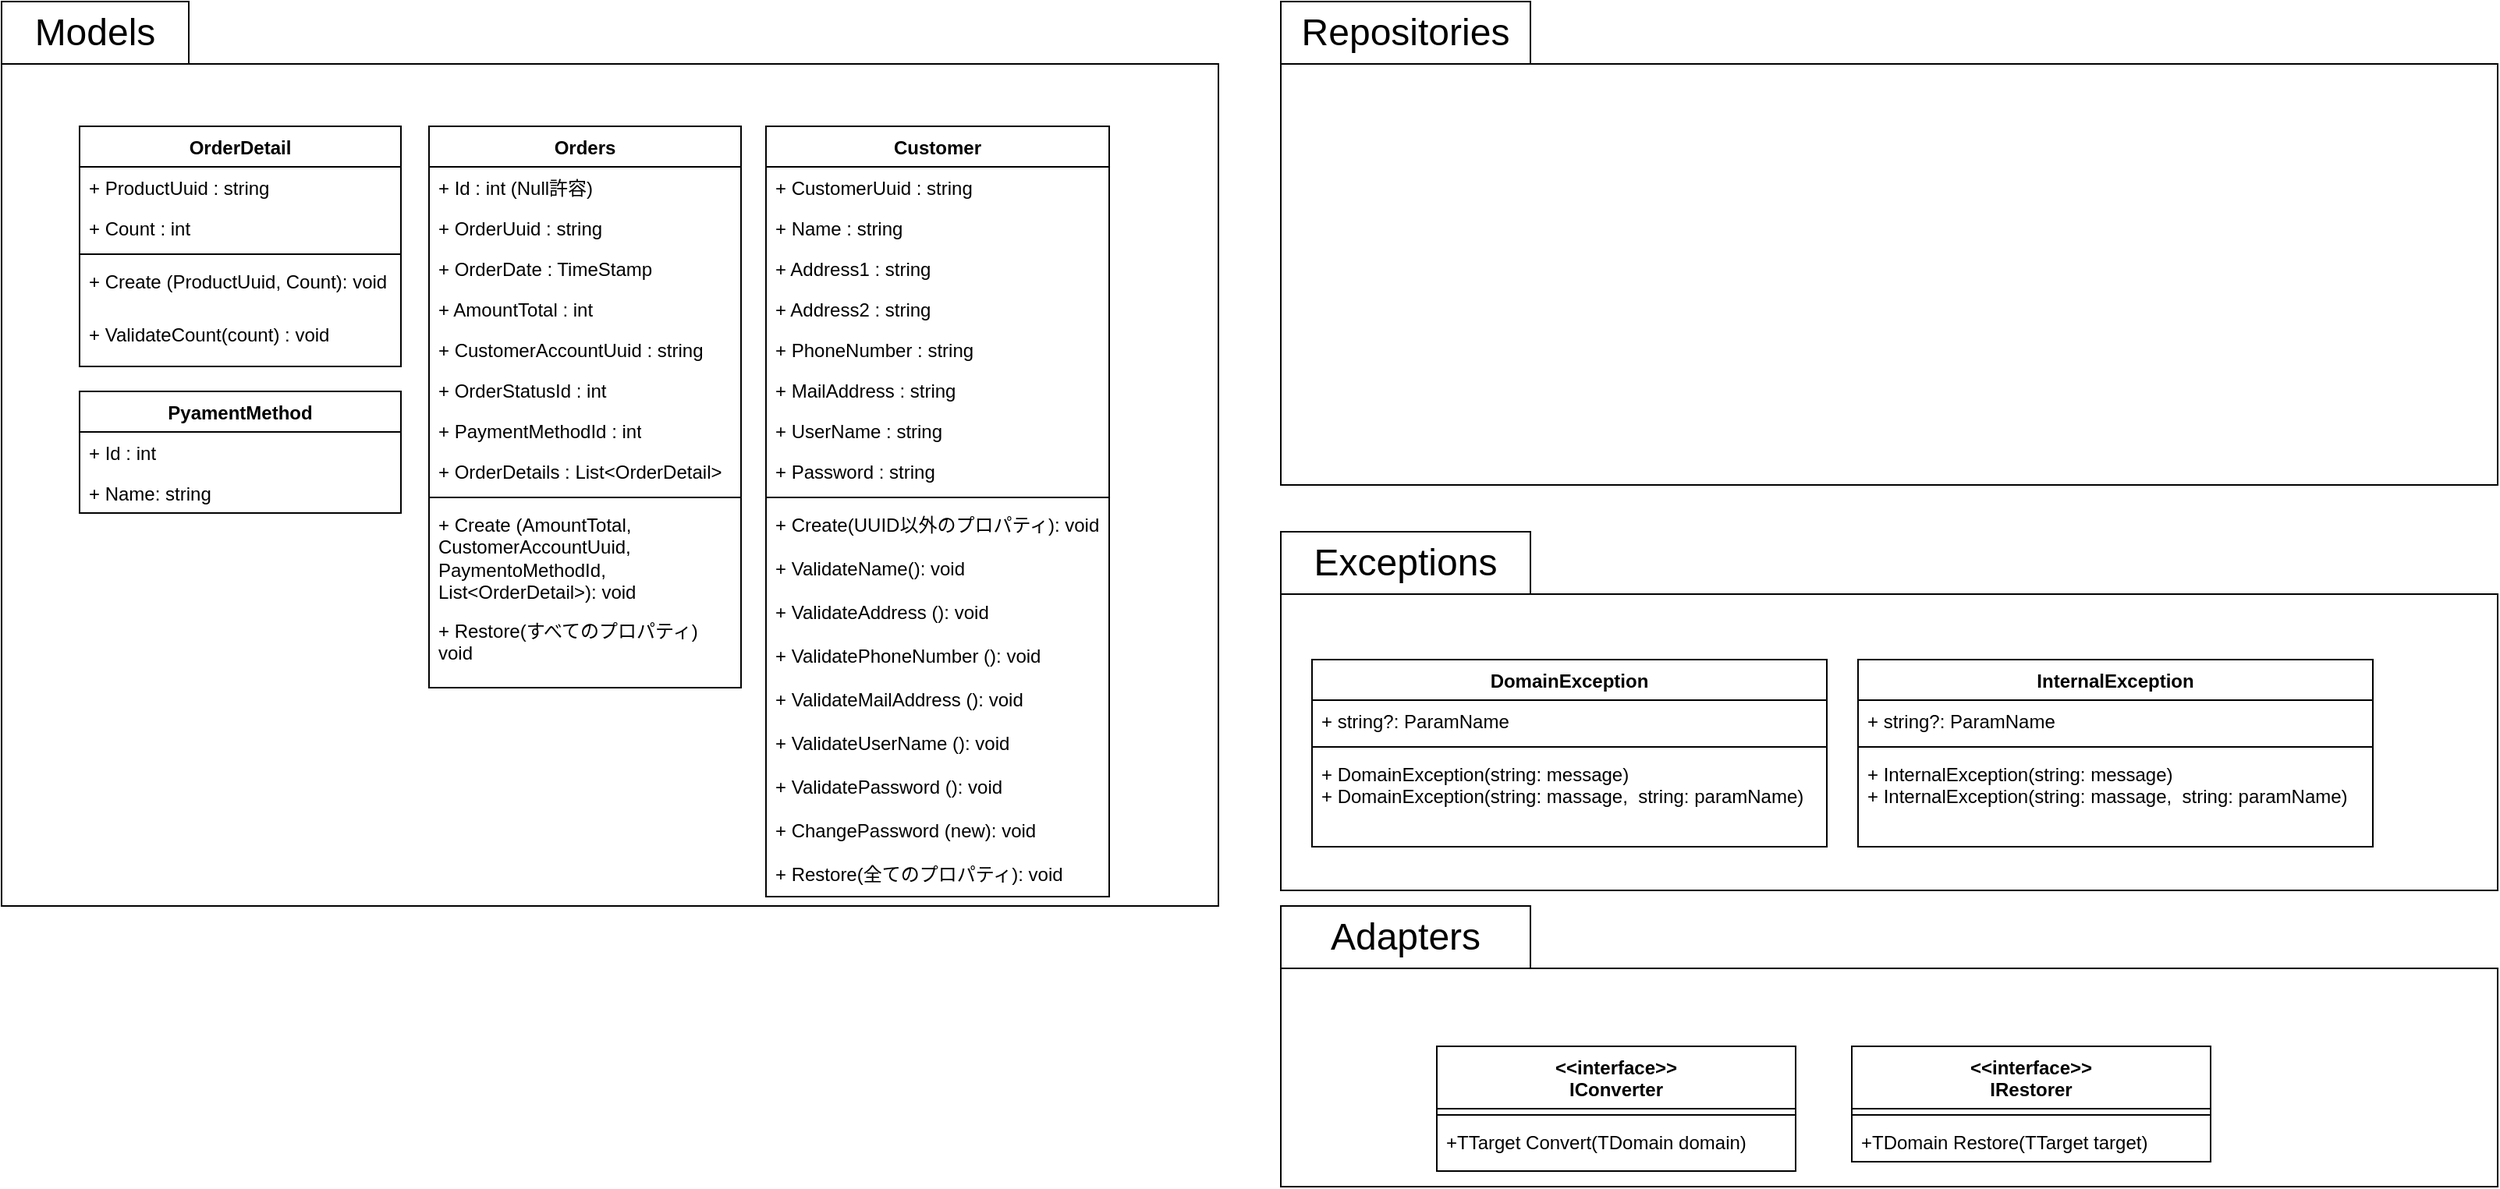
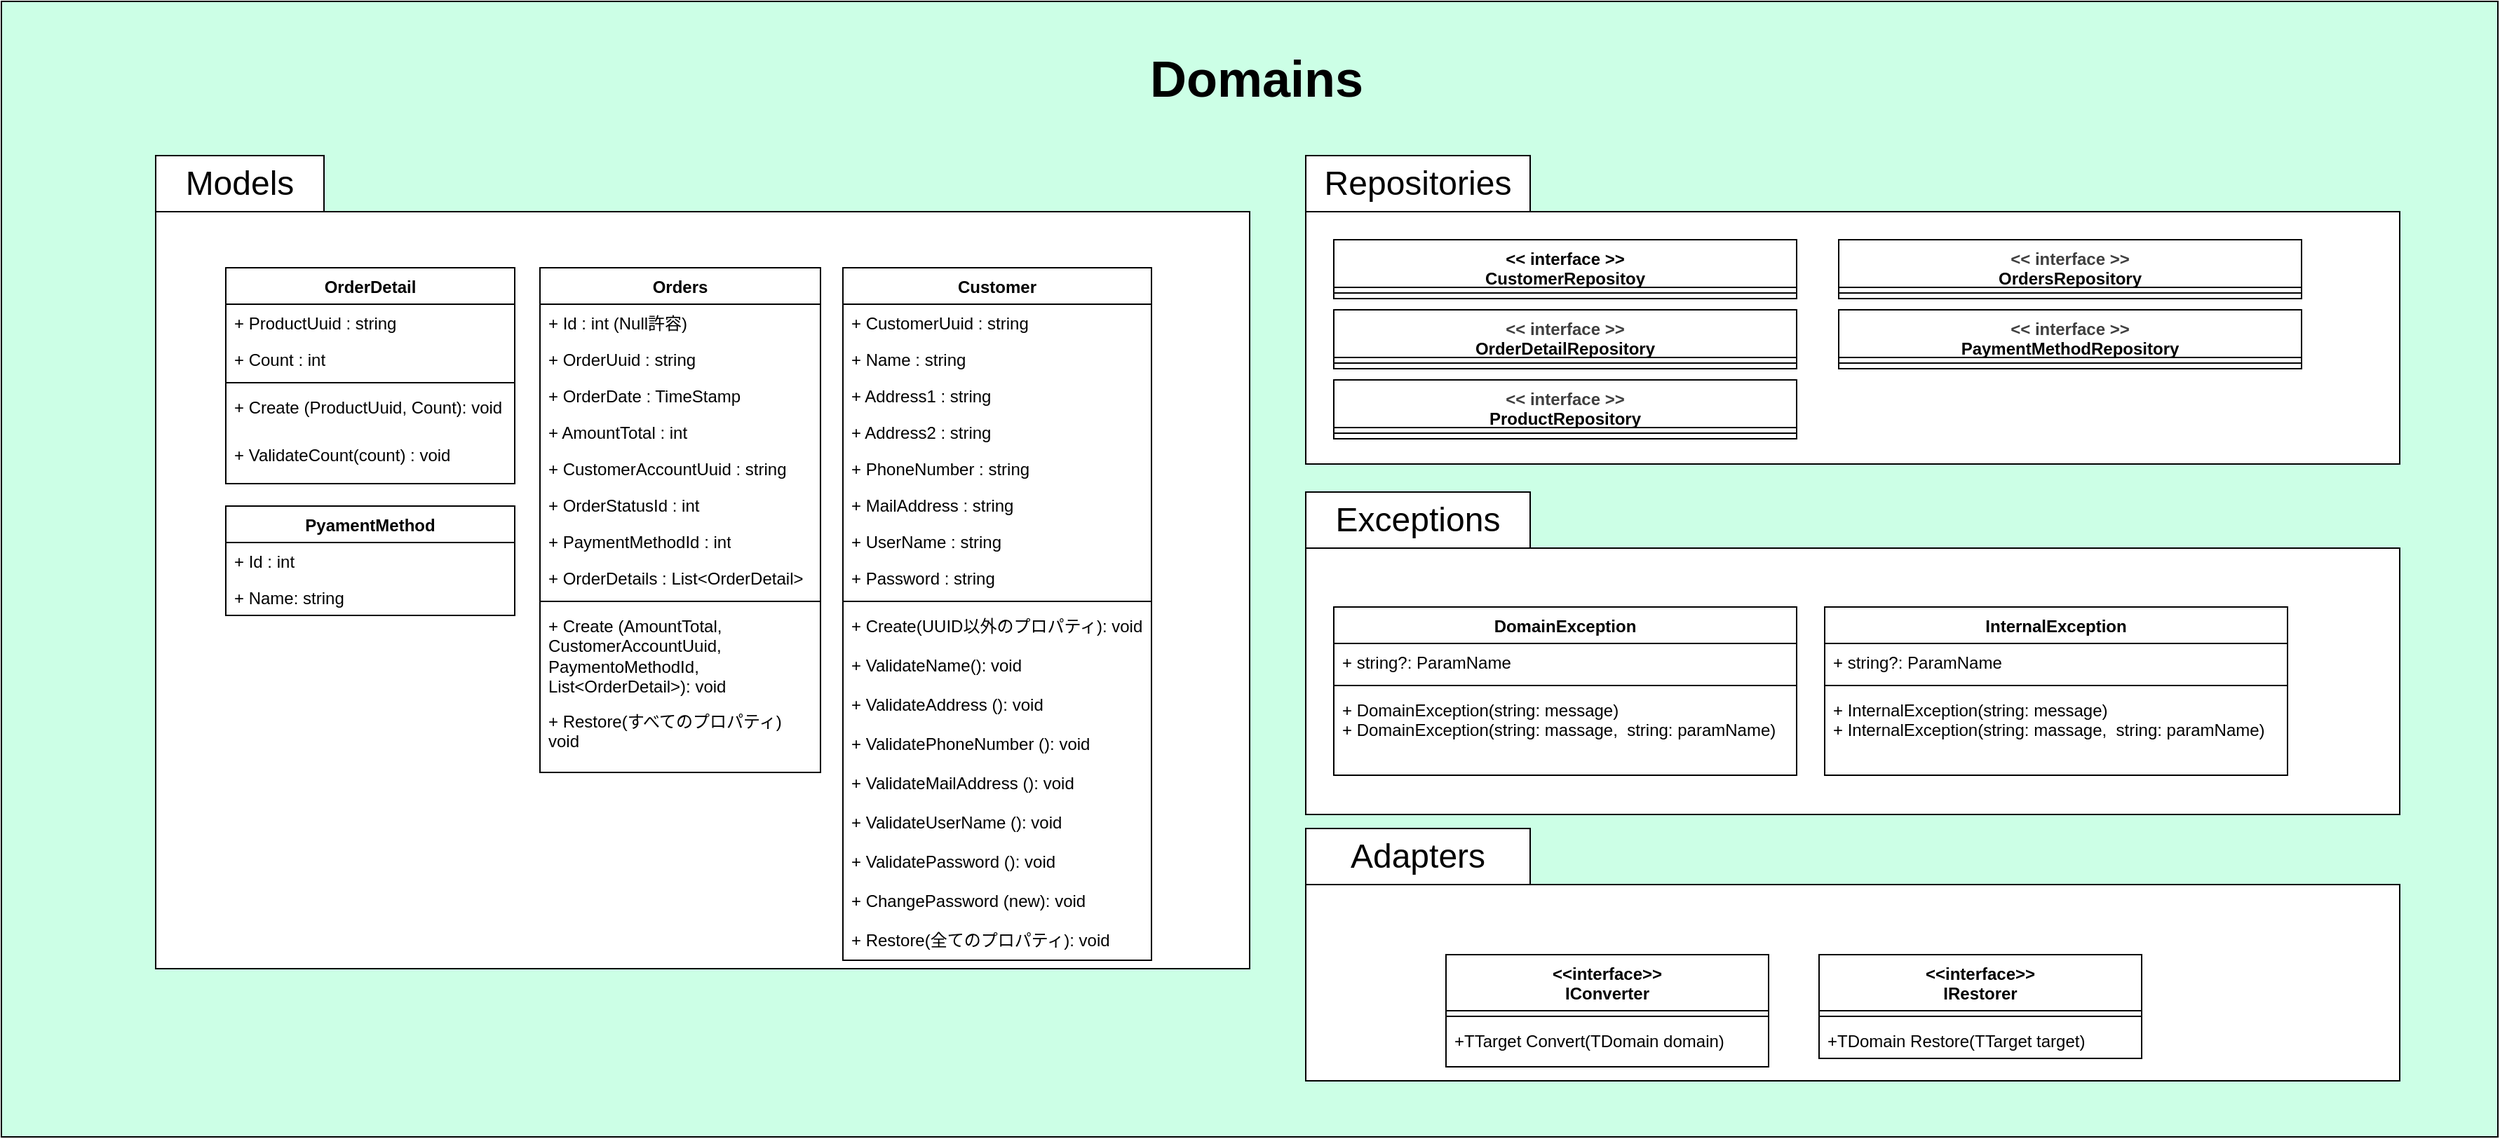
<mxfile host="65bd71144e">
    <diagram id="SwhVxfcrNr2Z_zkzJAcp" name="ページ1">
-         <mxGraphModel dx="1847" dy="405" grid="1" gridSize="10" guides="1" tooltips="1" connect="1" arrows="1" fold="1" page="1" pageScale="1" pageWidth="827" pageHeight="1169" math="0" shadow="0">
+         <mxGraphModel dx="2102" dy="506" grid="1" gridSize="10" guides="1" tooltips="1" connect="1" arrows="1" fold="1" page="1" pageScale="1" pageWidth="827" pageHeight="1169" math="0" shadow="0">
            <root>
                <mxCell id="0"/>
                <mxCell id="1" parent="0"/>
-                 <mxCell id="68" value="" style="rounded=0;whiteSpace=wrap;html=1;" vertex="1" parent="1">
+                 <mxCell id="124" value="" style="rounded=0;whiteSpace=wrap;html=1;fillColor=#CCFFE6;" parent="1" vertex="1">
+                     <mxGeometry x="-140" y="540" width="1780" height="810" as="geometry"/>
+                 </mxCell>
+                 <mxCell id="68" value="" style="rounded=0;whiteSpace=wrap;html=1;" parent="1" vertex="1">
                    <mxGeometry x="-30" y="690" width="780" height="540" as="geometry"/>
                </mxCell>
-                 <mxCell id="2" value="Customer" style="swimlane;fontStyle=1;align=center;verticalAlign=top;childLayout=stackLayout;horizontal=1;startSize=26;horizontalStack=0;resizeParent=1;resizeParentMax=0;resizeLast=0;collapsible=1;marginBottom=0;whiteSpace=wrap;html=1;" vertex="1" parent="1">
+                 <mxCell id="2" value="Customer" style="swimlane;fontStyle=1;align=center;verticalAlign=top;childLayout=stackLayout;horizontal=1;startSize=26;horizontalStack=0;resizeParent=1;resizeParentMax=0;resizeLast=0;collapsible=1;marginBottom=0;whiteSpace=wrap;html=1;" parent="1" vertex="1">
                    <mxGeometry x="460" y="730" width="220" height="494" as="geometry"/>
                </mxCell>
-                 <mxCell id="3" value="+ CustomerUuid : string" style="text;strokeColor=none;fillColor=none;align=left;verticalAlign=top;spacingLeft=4;spacingRight=4;overflow=hidden;rotatable=0;points=[[0,0.5],[1,0.5]];portConstraint=eastwest;whiteSpace=wrap;html=1;" vertex="1" parent="2">
+                 <mxCell id="3" value="+ CustomerUuid : string" style="text;strokeColor=none;fillColor=none;align=left;verticalAlign=top;spacingLeft=4;spacingRight=4;overflow=hidden;rotatable=0;points=[[0,0.5],[1,0.5]];portConstraint=eastwest;whiteSpace=wrap;html=1;" parent="2" vertex="1">
                    <mxGeometry y="26" width="220" height="26" as="geometry"/>
                </mxCell>
-                 <mxCell id="6" value="+ Name : string" style="text;strokeColor=none;fillColor=none;align=left;verticalAlign=top;spacingLeft=4;spacingRight=4;overflow=hidden;rotatable=0;points=[[0,0.5],[1,0.5]];portConstraint=eastwest;whiteSpace=wrap;html=1;" vertex="1" parent="2">
+                 <mxCell id="6" value="+ Name : string" style="text;strokeColor=none;fillColor=none;align=left;verticalAlign=top;spacingLeft=4;spacingRight=4;overflow=hidden;rotatable=0;points=[[0,0.5],[1,0.5]];portConstraint=eastwest;whiteSpace=wrap;html=1;" parent="2" vertex="1">
                    <mxGeometry y="52" width="220" height="26" as="geometry"/>
                </mxCell>
-                 <mxCell id="7" value="+ Address1 : string" style="text;strokeColor=none;fillColor=none;align=left;verticalAlign=top;spacingLeft=4;spacingRight=4;overflow=hidden;rotatable=0;points=[[0,0.5],[1,0.5]];portConstraint=eastwest;whiteSpace=wrap;html=1;" vertex="1" parent="2">
+                 <mxCell id="7" value="+ Address1 : string" style="text;strokeColor=none;fillColor=none;align=left;verticalAlign=top;spacingLeft=4;spacingRight=4;overflow=hidden;rotatable=0;points=[[0,0.5],[1,0.5]];portConstraint=eastwest;whiteSpace=wrap;html=1;" parent="2" vertex="1">
                    <mxGeometry y="78" width="220" height="26" as="geometry"/>
                </mxCell>
-                 <mxCell id="8" value="+ Address2 : string" style="text;strokeColor=none;fillColor=none;align=left;verticalAlign=top;spacingLeft=4;spacingRight=4;overflow=hidden;rotatable=0;points=[[0,0.5],[1,0.5]];portConstraint=eastwest;whiteSpace=wrap;html=1;" vertex="1" parent="2">
+                 <mxCell id="8" value="+ Address2 : string" style="text;strokeColor=none;fillColor=none;align=left;verticalAlign=top;spacingLeft=4;spacingRight=4;overflow=hidden;rotatable=0;points=[[0,0.5],[1,0.5]];portConstraint=eastwest;whiteSpace=wrap;html=1;" parent="2" vertex="1">
                    <mxGeometry y="104" width="220" height="26" as="geometry"/>
                </mxCell>
-                 <mxCell id="9" value="+ PhoneNumber : string" style="text;strokeColor=none;fillColor=none;align=left;verticalAlign=top;spacingLeft=4;spacingRight=4;overflow=hidden;rotatable=0;points=[[0,0.5],[1,0.5]];portConstraint=eastwest;whiteSpace=wrap;html=1;" vertex="1" parent="2">
+                 <mxCell id="9" value="+ PhoneNumber : string" style="text;strokeColor=none;fillColor=none;align=left;verticalAlign=top;spacingLeft=4;spacingRight=4;overflow=hidden;rotatable=0;points=[[0,0.5],[1,0.5]];portConstraint=eastwest;whiteSpace=wrap;html=1;" parent="2" vertex="1">
                    <mxGeometry y="130" width="220" height="26" as="geometry"/>
                </mxCell>
-                 <mxCell id="10" value="+ MailAddress : string" style="text;strokeColor=none;fillColor=none;align=left;verticalAlign=top;spacingLeft=4;spacingRight=4;overflow=hidden;rotatable=0;points=[[0,0.5],[1,0.5]];portConstraint=eastwest;whiteSpace=wrap;html=1;" vertex="1" parent="2">
+                 <mxCell id="10" value="+ MailAddress : string" style="text;strokeColor=none;fillColor=none;align=left;verticalAlign=top;spacingLeft=4;spacingRight=4;overflow=hidden;rotatable=0;points=[[0,0.5],[1,0.5]];portConstraint=eastwest;whiteSpace=wrap;html=1;" parent="2" vertex="1">
                    <mxGeometry y="156" width="220" height="26" as="geometry"/>
                </mxCell>
-                 <mxCell id="11" value="+ UserName : string" style="text;strokeColor=none;fillColor=none;align=left;verticalAlign=top;spacingLeft=4;spacingRight=4;overflow=hidden;rotatable=0;points=[[0,0.5],[1,0.5]];portConstraint=eastwest;whiteSpace=wrap;html=1;" vertex="1" parent="2">
+                 <mxCell id="11" value="+ UserName : string" style="text;strokeColor=none;fillColor=none;align=left;verticalAlign=top;spacingLeft=4;spacingRight=4;overflow=hidden;rotatable=0;points=[[0,0.5],[1,0.5]];portConstraint=eastwest;whiteSpace=wrap;html=1;" parent="2" vertex="1">
                    <mxGeometry y="182" width="220" height="26" as="geometry"/>
                </mxCell>
-                 <mxCell id="12" value="+ Password : string" style="text;strokeColor=none;fillColor=none;align=left;verticalAlign=top;spacingLeft=4;spacingRight=4;overflow=hidden;rotatable=0;points=[[0,0.5],[1,0.5]];portConstraint=eastwest;whiteSpace=wrap;html=1;" vertex="1" parent="2">
+                 <mxCell id="12" value="+ Password : string" style="text;strokeColor=none;fillColor=none;align=left;verticalAlign=top;spacingLeft=4;spacingRight=4;overflow=hidden;rotatable=0;points=[[0,0.5],[1,0.5]];portConstraint=eastwest;whiteSpace=wrap;html=1;" parent="2" vertex="1">
                    <mxGeometry y="208" width="220" height="26" as="geometry"/>
                </mxCell>
-                 <mxCell id="4" value="" style="line;strokeWidth=1;fillColor=none;align=left;verticalAlign=middle;spacingTop=-1;spacingLeft=3;spacingRight=3;rotatable=0;labelPosition=right;points=[];portConstraint=eastwest;strokeColor=inherit;" vertex="1" parent="2">
+                 <mxCell id="4" value="" style="line;strokeWidth=1;fillColor=none;align=left;verticalAlign=middle;spacingTop=-1;spacingLeft=3;spacingRight=3;rotatable=0;labelPosition=right;points=[];portConstraint=eastwest;strokeColor=inherit;" parent="2" vertex="1">
                    <mxGeometry y="234" width="220" height="8" as="geometry"/>
                </mxCell>
-                 <mxCell id="5" value="+ Create(UUID以外のプロパティ): void" style="text;strokeColor=none;fillColor=none;align=left;verticalAlign=top;spacingLeft=4;spacingRight=4;overflow=hidden;rotatable=0;points=[[0,0.5],[1,0.5]];portConstraint=eastwest;whiteSpace=wrap;html=1;" vertex="1" parent="2">
+                 <mxCell id="5" value="+ Create(UUID以外のプロパティ): void" style="text;strokeColor=none;fillColor=none;align=left;verticalAlign=top;spacingLeft=4;spacingRight=4;overflow=hidden;rotatable=0;points=[[0,0.5],[1,0.5]];portConstraint=eastwest;whiteSpace=wrap;html=1;" parent="2" vertex="1">
                    <mxGeometry y="242" width="220" height="28" as="geometry"/>
                </mxCell>
-                 <mxCell id="14" value="+ ValidateName(): void" style="text;strokeColor=none;fillColor=none;align=left;verticalAlign=top;spacingLeft=4;spacingRight=4;overflow=hidden;rotatable=0;points=[[0,0.5],[1,0.5]];portConstraint=eastwest;whiteSpace=wrap;html=1;" vertex="1" parent="2">
+                 <mxCell id="14" value="+ ValidateName(): void" style="text;strokeColor=none;fillColor=none;align=left;verticalAlign=top;spacingLeft=4;spacingRight=4;overflow=hidden;rotatable=0;points=[[0,0.5],[1,0.5]];portConstraint=eastwest;whiteSpace=wrap;html=1;" parent="2" vertex="1">
                    <mxGeometry y="270" width="220" height="28" as="geometry"/>
                </mxCell>
-                 <mxCell id="16" value="+ Validate&lt;span style=&quot;color: rgb(0, 0, 0);&quot;&gt;Address&amp;nbsp;&lt;/span&gt;(): void" style="text;strokeColor=none;fillColor=none;align=left;verticalAlign=top;spacingLeft=4;spacingRight=4;overflow=hidden;rotatable=0;points=[[0,0.5],[1,0.5]];portConstraint=eastwest;whiteSpace=wrap;html=1;" vertex="1" parent="2">
+                 <mxCell id="16" value="+ Validate&lt;span style=&quot;color: rgb(0, 0, 0);&quot;&gt;Address&amp;nbsp;&lt;/span&gt;(): void" style="text;strokeColor=none;fillColor=none;align=left;verticalAlign=top;spacingLeft=4;spacingRight=4;overflow=hidden;rotatable=0;points=[[0,0.5],[1,0.5]];portConstraint=eastwest;whiteSpace=wrap;html=1;" parent="2" vertex="1">
                    <mxGeometry y="298" width="220" height="28" as="geometry"/>
                </mxCell>
-                 <mxCell id="17" value="+ Validate&lt;span style=&quot;color: rgb(0, 0, 0);&quot;&gt;PhoneNumber &lt;/span&gt;(): void" style="text;strokeColor=none;fillColor=none;align=left;verticalAlign=top;spacingLeft=4;spacingRight=4;overflow=hidden;rotatable=0;points=[[0,0.5],[1,0.5]];portConstraint=eastwest;whiteSpace=wrap;html=1;" vertex="1" parent="2">
+                 <mxCell id="17" value="+ Validate&lt;span style=&quot;color: rgb(0, 0, 0);&quot;&gt;PhoneNumber &lt;/span&gt;(): void" style="text;strokeColor=none;fillColor=none;align=left;verticalAlign=top;spacingLeft=4;spacingRight=4;overflow=hidden;rotatable=0;points=[[0,0.5],[1,0.5]];portConstraint=eastwest;whiteSpace=wrap;html=1;" parent="2" vertex="1">
                    <mxGeometry y="326" width="220" height="28" as="geometry"/>
                </mxCell>
-                 <mxCell id="18" value="+ Validate&lt;span style=&quot;color: rgb(0, 0, 0);&quot;&gt;MailAddress &lt;/span&gt;(): void" style="text;strokeColor=none;fillColor=none;align=left;verticalAlign=top;spacingLeft=4;spacingRight=4;overflow=hidden;rotatable=0;points=[[0,0.5],[1,0.5]];portConstraint=eastwest;whiteSpace=wrap;html=1;" vertex="1" parent="2">
+                 <mxCell id="18" value="+ Validate&lt;span style=&quot;color: rgb(0, 0, 0);&quot;&gt;MailAddress &lt;/span&gt;(): void" style="text;strokeColor=none;fillColor=none;align=left;verticalAlign=top;spacingLeft=4;spacingRight=4;overflow=hidden;rotatable=0;points=[[0,0.5],[1,0.5]];portConstraint=eastwest;whiteSpace=wrap;html=1;" parent="2" vertex="1">
                    <mxGeometry y="354" width="220" height="28" as="geometry"/>
                </mxCell>
-                 <mxCell id="19" value="+ Validate&lt;span style=&quot;color: rgb(0, 0, 0);&quot;&gt;UserName &lt;/span&gt;(): void" style="text;strokeColor=none;fillColor=none;align=left;verticalAlign=top;spacingLeft=4;spacingRight=4;overflow=hidden;rotatable=0;points=[[0,0.5],[1,0.5]];portConstraint=eastwest;whiteSpace=wrap;html=1;" vertex="1" parent="2">
+                 <mxCell id="19" value="+ Validate&lt;span style=&quot;color: rgb(0, 0, 0);&quot;&gt;UserName &lt;/span&gt;(): void" style="text;strokeColor=none;fillColor=none;align=left;verticalAlign=top;spacingLeft=4;spacingRight=4;overflow=hidden;rotatable=0;points=[[0,0.5],[1,0.5]];portConstraint=eastwest;whiteSpace=wrap;html=1;" parent="2" vertex="1">
                    <mxGeometry y="382" width="220" height="28" as="geometry"/>
                </mxCell>
-                 <mxCell id="20" value="+ Validate&lt;span style=&quot;color: rgb(0, 0, 0);&quot;&gt;Password &lt;/span&gt;(): void" style="text;strokeColor=none;fillColor=none;align=left;verticalAlign=top;spacingLeft=4;spacingRight=4;overflow=hidden;rotatable=0;points=[[0,0.5],[1,0.5]];portConstraint=eastwest;whiteSpace=wrap;html=1;" vertex="1" parent="2">
+                 <mxCell id="20" value="+ Validate&lt;span style=&quot;color: rgb(0, 0, 0);&quot;&gt;Password &lt;/span&gt;(): void" style="text;strokeColor=none;fillColor=none;align=left;verticalAlign=top;spacingLeft=4;spacingRight=4;overflow=hidden;rotatable=0;points=[[0,0.5],[1,0.5]];portConstraint=eastwest;whiteSpace=wrap;html=1;" parent="2" vertex="1">
                    <mxGeometry y="410" width="220" height="28" as="geometry"/>
                </mxCell>
-                 <mxCell id="102" value="+ Change&lt;span style=&quot;color: rgb(0, 0, 0);&quot;&gt;Password &lt;/span&gt;(new): void" style="text;strokeColor=none;fillColor=none;align=left;verticalAlign=top;spacingLeft=4;spacingRight=4;overflow=hidden;rotatable=0;points=[[0,0.5],[1,0.5]];portConstraint=eastwest;whiteSpace=wrap;html=1;" vertex="1" parent="2">
+                 <mxCell id="102" value="+ Change&lt;span style=&quot;color: rgb(0, 0, 0);&quot;&gt;Password &lt;/span&gt;(new): void" style="text;strokeColor=none;fillColor=none;align=left;verticalAlign=top;spacingLeft=4;spacingRight=4;overflow=hidden;rotatable=0;points=[[0,0.5],[1,0.5]];portConstraint=eastwest;whiteSpace=wrap;html=1;" parent="2" vertex="1">
                    <mxGeometry y="438" width="220" height="28" as="geometry"/>
                </mxCell>
-                 <mxCell id="15" value="+ Restore(全てのプロパティ): void" style="text;strokeColor=none;fillColor=none;align=left;verticalAlign=top;spacingLeft=4;spacingRight=4;overflow=hidden;rotatable=0;points=[[0,0.5],[1,0.5]];portConstraint=eastwest;whiteSpace=wrap;html=1;" vertex="1" parent="2">
+                 <mxCell id="15" value="+ Restore(全てのプロパティ): void" style="text;strokeColor=none;fillColor=none;align=left;verticalAlign=top;spacingLeft=4;spacingRight=4;overflow=hidden;rotatable=0;points=[[0,0.5],[1,0.5]];portConstraint=eastwest;whiteSpace=wrap;html=1;" parent="2" vertex="1">
                    <mxGeometry y="466" width="220" height="28" as="geometry"/>
                </mxCell>
-                 <mxCell id="25" value="Orders" style="swimlane;fontStyle=1;align=center;verticalAlign=top;childLayout=stackLayout;horizontal=1;startSize=26;horizontalStack=0;resizeParent=1;resizeParentMax=0;resizeLast=0;collapsible=1;marginBottom=0;whiteSpace=wrap;html=1;" vertex="1" parent="1">
+                 <mxCell id="25" value="Orders" style="swimlane;fontStyle=1;align=center;verticalAlign=top;childLayout=stackLayout;horizontal=1;startSize=26;horizontalStack=0;resizeParent=1;resizeParentMax=0;resizeLast=0;collapsible=1;marginBottom=0;whiteSpace=wrap;html=1;" parent="1" vertex="1">
                    <mxGeometry x="244" y="730" width="200" height="360" as="geometry"/>
                </mxCell>
-                 <mxCell id="26" value="+ Id : int (Null許容)" style="text;strokeColor=none;fillColor=none;align=left;verticalAlign=top;spacingLeft=4;spacingRight=4;overflow=hidden;rotatable=0;points=[[0,0.5],[1,0.5]];portConstraint=eastwest;whiteSpace=wrap;html=1;" vertex="1" parent="25">
+                 <mxCell id="26" value="+ Id : int (Null許容)" style="text;strokeColor=none;fillColor=none;align=left;verticalAlign=top;spacingLeft=4;spacingRight=4;overflow=hidden;rotatable=0;points=[[0,0.5],[1,0.5]];portConstraint=eastwest;whiteSpace=wrap;html=1;" parent="25" vertex="1">
                    <mxGeometry y="26" width="200" height="26" as="geometry"/>
                </mxCell>
-                 <mxCell id="40" value="+ OrderUuid : string" style="text;strokeColor=none;fillColor=none;align=left;verticalAlign=top;spacingLeft=4;spacingRight=4;overflow=hidden;rotatable=0;points=[[0,0.5],[1,0.5]];portConstraint=eastwest;whiteSpace=wrap;html=1;" vertex="1" parent="25">
+                 <mxCell id="40" value="+ OrderUuid : string" style="text;strokeColor=none;fillColor=none;align=left;verticalAlign=top;spacingLeft=4;spacingRight=4;overflow=hidden;rotatable=0;points=[[0,0.5],[1,0.5]];portConstraint=eastwest;whiteSpace=wrap;html=1;" parent="25" vertex="1">
                    <mxGeometry y="52" width="200" height="26" as="geometry"/>
                </mxCell>
-                 <mxCell id="44" value="+ OrderDate : TimeStamp" style="text;strokeColor=none;fillColor=none;align=left;verticalAlign=top;spacingLeft=4;spacingRight=4;overflow=hidden;rotatable=0;points=[[0,0.5],[1,0.5]];portConstraint=eastwest;whiteSpace=wrap;html=1;" vertex="1" parent="25">
+                 <mxCell id="44" value="+ OrderDate : TimeStamp" style="text;strokeColor=none;fillColor=none;align=left;verticalAlign=top;spacingLeft=4;spacingRight=4;overflow=hidden;rotatable=0;points=[[0,0.5],[1,0.5]];portConstraint=eastwest;whiteSpace=wrap;html=1;" parent="25" vertex="1">
                    <mxGeometry y="78" width="200" height="26" as="geometry"/>
                </mxCell>
-                 <mxCell id="43" value="+ AmountTotal : int" style="text;strokeColor=none;fillColor=none;align=left;verticalAlign=top;spacingLeft=4;spacingRight=4;overflow=hidden;rotatable=0;points=[[0,0.5],[1,0.5]];portConstraint=eastwest;whiteSpace=wrap;html=1;" vertex="1" parent="25">
+                 <mxCell id="43" value="+ AmountTotal : int" style="text;strokeColor=none;fillColor=none;align=left;verticalAlign=top;spacingLeft=4;spacingRight=4;overflow=hidden;rotatable=0;points=[[0,0.5],[1,0.5]];portConstraint=eastwest;whiteSpace=wrap;html=1;" parent="25" vertex="1">
                    <mxGeometry y="104" width="200" height="26" as="geometry"/>
                </mxCell>
-                 <mxCell id="42" value="+ CustomerAccountUuid : string" style="text;strokeColor=none;fillColor=none;align=left;verticalAlign=top;spacingLeft=4;spacingRight=4;overflow=hidden;rotatable=0;points=[[0,0.5],[1,0.5]];portConstraint=eastwest;whiteSpace=wrap;html=1;" vertex="1" parent="25">
+                 <mxCell id="42" value="+ CustomerAccountUuid : string" style="text;strokeColor=none;fillColor=none;align=left;verticalAlign=top;spacingLeft=4;spacingRight=4;overflow=hidden;rotatable=0;points=[[0,0.5],[1,0.5]];portConstraint=eastwest;whiteSpace=wrap;html=1;" parent="25" vertex="1">
                    <mxGeometry y="130" width="200" height="26" as="geometry"/>
                </mxCell>
-                 <mxCell id="41" value="+ OrderStatusId : int" style="text;strokeColor=none;fillColor=none;align=left;verticalAlign=top;spacingLeft=4;spacingRight=4;overflow=hidden;rotatable=0;points=[[0,0.5],[1,0.5]];portConstraint=eastwest;whiteSpace=wrap;html=1;" vertex="1" parent="25">
+                 <mxCell id="41" value="+ OrderStatusId : int" style="text;strokeColor=none;fillColor=none;align=left;verticalAlign=top;spacingLeft=4;spacingRight=4;overflow=hidden;rotatable=0;points=[[0,0.5],[1,0.5]];portConstraint=eastwest;whiteSpace=wrap;html=1;" parent="25" vertex="1">
                    <mxGeometry y="156" width="200" height="26" as="geometry"/>
                </mxCell>
-                 <mxCell id="47" value="+ PaymentMethodId : int" style="text;strokeColor=none;fillColor=none;align=left;verticalAlign=top;spacingLeft=4;spacingRight=4;overflow=hidden;rotatable=0;points=[[0,0.5],[1,0.5]];portConstraint=eastwest;whiteSpace=wrap;html=1;" vertex="1" parent="25">
+                 <mxCell id="47" value="+ PaymentMethodId : int" style="text;strokeColor=none;fillColor=none;align=left;verticalAlign=top;spacingLeft=4;spacingRight=4;overflow=hidden;rotatable=0;points=[[0,0.5],[1,0.5]];portConstraint=eastwest;whiteSpace=wrap;html=1;" parent="25" vertex="1">
                    <mxGeometry y="182" width="200" height="26" as="geometry"/>
                </mxCell>
-                 <mxCell id="46" value="+ OrderDetails : List&amp;lt;OrderDetail&amp;gt;" style="text;strokeColor=none;fillColor=none;align=left;verticalAlign=top;spacingLeft=4;spacingRight=4;overflow=hidden;rotatable=0;points=[[0,0.5],[1,0.5]];portConstraint=eastwest;whiteSpace=wrap;html=1;" vertex="1" parent="25">
+                 <mxCell id="46" value="+ OrderDetails : List&amp;lt;OrderDetail&amp;gt;" style="text;strokeColor=none;fillColor=none;align=left;verticalAlign=top;spacingLeft=4;spacingRight=4;overflow=hidden;rotatable=0;points=[[0,0.5],[1,0.5]];portConstraint=eastwest;whiteSpace=wrap;html=1;" parent="25" vertex="1">
                    <mxGeometry y="208" width="200" height="26" as="geometry"/>
                </mxCell>
-                 <mxCell id="27" value="" style="line;strokeWidth=1;fillColor=none;align=left;verticalAlign=middle;spacingTop=-1;spacingLeft=3;spacingRight=3;rotatable=0;labelPosition=right;points=[];portConstraint=eastwest;strokeColor=inherit;" vertex="1" parent="25">
+                 <mxCell id="27" value="" style="line;strokeWidth=1;fillColor=none;align=left;verticalAlign=middle;spacingTop=-1;spacingLeft=3;spacingRight=3;rotatable=0;labelPosition=right;points=[];portConstraint=eastwest;strokeColor=inherit;" parent="25" vertex="1">
                    <mxGeometry y="234" width="200" height="8" as="geometry"/>
                </mxCell>
-                 <mxCell id="49" value="+ Create (AmountTotal, CustomerAccountUuid, PaymentoMethodId, List&amp;lt;OrderDetail&amp;gt;): void" style="text;strokeColor=none;fillColor=none;align=left;verticalAlign=top;spacingLeft=4;spacingRight=4;overflow=hidden;rotatable=0;points=[[0,0.5],[1,0.5]];portConstraint=eastwest;whiteSpace=wrap;html=1;" vertex="1" parent="25">
+                 <mxCell id="49" value="+ Create (AmountTotal, CustomerAccountUuid, PaymentoMethodId, List&amp;lt;OrderDetail&amp;gt;): void" style="text;strokeColor=none;fillColor=none;align=left;verticalAlign=top;spacingLeft=4;spacingRight=4;overflow=hidden;rotatable=0;points=[[0,0.5],[1,0.5]];portConstraint=eastwest;whiteSpace=wrap;html=1;" parent="25" vertex="1">
                    <mxGeometry y="242" width="200" height="68" as="geometry"/>
                </mxCell>
-                 <mxCell id="28" value="+ Restore(すべてのプロパティ) void" style="text;strokeColor=none;fillColor=none;align=left;verticalAlign=top;spacingLeft=4;spacingRight=4;overflow=hidden;rotatable=0;points=[[0,0.5],[1,0.5]];portConstraint=eastwest;whiteSpace=wrap;html=1;" vertex="1" parent="25">
+                 <mxCell id="28" value="+ Restore(すべてのプロパティ) void" style="text;strokeColor=none;fillColor=none;align=left;verticalAlign=top;spacingLeft=4;spacingRight=4;overflow=hidden;rotatable=0;points=[[0,0.5],[1,0.5]];portConstraint=eastwest;whiteSpace=wrap;html=1;" parent="25" vertex="1">
                    <mxGeometry y="310" width="200" height="50" as="geometry"/>
                </mxCell>
-                 <mxCell id="51" value="OrderDetail" style="swimlane;fontStyle=1;align=center;verticalAlign=top;childLayout=stackLayout;horizontal=1;startSize=26;horizontalStack=0;resizeParent=1;resizeParentMax=0;resizeLast=0;collapsible=1;marginBottom=0;whiteSpace=wrap;html=1;" vertex="1" parent="1">
+                 <mxCell id="51" value="OrderDetail" style="swimlane;fontStyle=1;align=center;verticalAlign=top;childLayout=stackLayout;horizontal=1;startSize=26;horizontalStack=0;resizeParent=1;resizeParentMax=0;resizeLast=0;collapsible=1;marginBottom=0;whiteSpace=wrap;html=1;" parent="1" vertex="1">
                    <mxGeometry x="20" y="730" width="206" height="154" as="geometry"/>
                </mxCell>
-                 <mxCell id="52" value="+ ProductUuid : string" style="text;strokeColor=none;fillColor=none;align=left;verticalAlign=top;spacingLeft=4;spacingRight=4;overflow=hidden;rotatable=0;points=[[0,0.5],[1,0.5]];portConstraint=eastwest;whiteSpace=wrap;html=1;" vertex="1" parent="51">
+                 <mxCell id="52" value="+ ProductUuid : string" style="text;strokeColor=none;fillColor=none;align=left;verticalAlign=top;spacingLeft=4;spacingRight=4;overflow=hidden;rotatable=0;points=[[0,0.5],[1,0.5]];portConstraint=eastwest;whiteSpace=wrap;html=1;" parent="51" vertex="1">
                    <mxGeometry y="26" width="206" height="26" as="geometry"/>
                </mxCell>
-                 <mxCell id="53" value="+ Count : int" style="text;strokeColor=none;fillColor=none;align=left;verticalAlign=top;spacingLeft=4;spacingRight=4;overflow=hidden;rotatable=0;points=[[0,0.5],[1,0.5]];portConstraint=eastwest;whiteSpace=wrap;html=1;" vertex="1" parent="51">
+                 <mxCell id="53" value="+ Count : int" style="text;strokeColor=none;fillColor=none;align=left;verticalAlign=top;spacingLeft=4;spacingRight=4;overflow=hidden;rotatable=0;points=[[0,0.5],[1,0.5]];portConstraint=eastwest;whiteSpace=wrap;html=1;" parent="51" vertex="1">
                    <mxGeometry y="52" width="206" height="26" as="geometry"/>
                </mxCell>
-                 <mxCell id="59" value="" style="line;strokeWidth=1;fillColor=none;align=left;verticalAlign=middle;spacingTop=-1;spacingLeft=3;spacingRight=3;rotatable=0;labelPosition=right;points=[];portConstraint=eastwest;strokeColor=inherit;" vertex="1" parent="51">
+                 <mxCell id="59" value="" style="line;strokeWidth=1;fillColor=none;align=left;verticalAlign=middle;spacingTop=-1;spacingLeft=3;spacingRight=3;rotatable=0;labelPosition=right;points=[];portConstraint=eastwest;strokeColor=inherit;" parent="51" vertex="1">
                    <mxGeometry y="78" width="206" height="8" as="geometry"/>
                </mxCell>
-                 <mxCell id="61" value="+ Create (ProductUuid, Count): void&amp;nbsp;" style="text;strokeColor=none;fillColor=none;align=left;verticalAlign=top;spacingLeft=4;spacingRight=4;overflow=hidden;rotatable=0;points=[[0,0.5],[1,0.5]];portConstraint=eastwest;whiteSpace=wrap;html=1;" vertex="1" parent="51">
+                 <mxCell id="61" value="+ Create (ProductUuid, Count): void&amp;nbsp;" style="text;strokeColor=none;fillColor=none;align=left;verticalAlign=top;spacingLeft=4;spacingRight=4;overflow=hidden;rotatable=0;points=[[0,0.5],[1,0.5]];portConstraint=eastwest;whiteSpace=wrap;html=1;" parent="51" vertex="1">
                    <mxGeometry y="86" width="206" height="34" as="geometry"/>
                </mxCell>
-                 <mxCell id="60" value="+ ValidateCount(count) : void" style="text;strokeColor=none;fillColor=none;align=left;verticalAlign=top;spacingLeft=4;spacingRight=4;overflow=hidden;rotatable=0;points=[[0,0.5],[1,0.5]];portConstraint=eastwest;whiteSpace=wrap;html=1;" vertex="1" parent="51">
+                 <mxCell id="60" value="+ ValidateCount(count) : void" style="text;strokeColor=none;fillColor=none;align=left;verticalAlign=top;spacingLeft=4;spacingRight=4;overflow=hidden;rotatable=0;points=[[0,0.5],[1,0.5]];portConstraint=eastwest;whiteSpace=wrap;html=1;" parent="51" vertex="1">
                    <mxGeometry y="120" width="206" height="34" as="geometry"/>
                </mxCell>
-                 <mxCell id="62" value="PyamentMethod" style="swimlane;fontStyle=1;align=center;verticalAlign=top;childLayout=stackLayout;horizontal=1;startSize=26;horizontalStack=0;resizeParent=1;resizeParentMax=0;resizeLast=0;collapsible=1;marginBottom=0;whiteSpace=wrap;html=1;" vertex="1" parent="1">
+                 <mxCell id="62" value="PyamentMethod" style="swimlane;fontStyle=1;align=center;verticalAlign=top;childLayout=stackLayout;horizontal=1;startSize=26;horizontalStack=0;resizeParent=1;resizeParentMax=0;resizeLast=0;collapsible=1;marginBottom=0;whiteSpace=wrap;html=1;" parent="1" vertex="1">
                    <mxGeometry x="20" y="900" width="206" height="78" as="geometry"/>
                </mxCell>
-                 <mxCell id="63" value="+ Id : int" style="text;strokeColor=none;fillColor=none;align=left;verticalAlign=top;spacingLeft=4;spacingRight=4;overflow=hidden;rotatable=0;points=[[0,0.5],[1,0.5]];portConstraint=eastwest;whiteSpace=wrap;html=1;" vertex="1" parent="62">
+                 <mxCell id="63" value="+ Id : int" style="text;strokeColor=none;fillColor=none;align=left;verticalAlign=top;spacingLeft=4;spacingRight=4;overflow=hidden;rotatable=0;points=[[0,0.5],[1,0.5]];portConstraint=eastwest;whiteSpace=wrap;html=1;" parent="62" vertex="1">
                    <mxGeometry y="26" width="206" height="26" as="geometry"/>
                </mxCell>
-                 <mxCell id="64" value="+ Name: string" style="text;strokeColor=none;fillColor=none;align=left;verticalAlign=top;spacingLeft=4;spacingRight=4;overflow=hidden;rotatable=0;points=[[0,0.5],[1,0.5]];portConstraint=eastwest;whiteSpace=wrap;html=1;" vertex="1" parent="62">
+                 <mxCell id="64" value="+ Name: string" style="text;strokeColor=none;fillColor=none;align=left;verticalAlign=top;spacingLeft=4;spacingRight=4;overflow=hidden;rotatable=0;points=[[0,0.5],[1,0.5]];portConstraint=eastwest;whiteSpace=wrap;html=1;" parent="62" vertex="1">
                    <mxGeometry y="52" width="206" height="26" as="geometry"/>
                </mxCell>
-                 <mxCell id="69" value="&lt;font style=&quot;font-size: 24px;&quot;&gt;Models&lt;/font&gt;" style="rounded=0;whiteSpace=wrap;html=1;" vertex="1" parent="1">
+                 <mxCell id="69" value="&lt;font style=&quot;font-size: 24px;&quot;&gt;Models&lt;/font&gt;" style="rounded=0;whiteSpace=wrap;html=1;" parent="1" vertex="1">
                    <mxGeometry x="-30" y="650" width="120" height="40" as="geometry"/>
                </mxCell>
-                 <mxCell id="70" value="" style="rounded=0;whiteSpace=wrap;html=1;" vertex="1" parent="1">
-                     <mxGeometry x="790" y="690" width="780" height="270" as="geometry"/>
-                 </mxCell>
-                 <mxCell id="71" value="&lt;font style=&quot;font-size: 24px;&quot;&gt;Repositories&lt;/font&gt;" style="rounded=0;whiteSpace=wrap;html=1;" vertex="1" parent="1">
+                 <mxCell id="70" value="" style="rounded=0;whiteSpace=wrap;html=1;" parent="1" vertex="1">
+                     <mxGeometry x="790" y="690" width="780" height="180" as="geometry"/>
+                 </mxCell>
+                 <mxCell id="71" value="&lt;font style=&quot;font-size: 24px;&quot;&gt;Repositories&lt;/font&gt;" style="rounded=0;whiteSpace=wrap;html=1;" parent="1" vertex="1">
                    <mxGeometry x="790" y="650" width="160" height="40" as="geometry"/>
                </mxCell>
-                 <mxCell id="72" value="" style="rounded=0;whiteSpace=wrap;html=1;" vertex="1" parent="1">
-                     <mxGeometry x="790" y="1030" width="780" height="190" as="geometry"/>
-                 </mxCell>
-                 <mxCell id="73" value="&lt;font style=&quot;font-size: 24px;&quot;&gt;Exceptions&lt;/font&gt;" style="rounded=0;whiteSpace=wrap;html=1;" vertex="1" parent="1">
-                     <mxGeometry x="790" y="990" width="160" height="40" as="geometry"/>
-                 </mxCell>
-                 <mxCell id="78" value="DomainException" style="swimlane;fontStyle=1;align=center;verticalAlign=top;childLayout=stackLayout;horizontal=1;startSize=26;horizontalStack=0;resizeParent=1;resizeParentMax=0;resizeLast=0;collapsible=1;marginBottom=0;whiteSpace=wrap;html=1;" vertex="1" parent="1">
-                     <mxGeometry x="810" y="1072" width="330" height="120" as="geometry"/>
-                 </mxCell>
-                 <mxCell id="79" value="+ string?: ParamName" style="text;strokeColor=none;fillColor=none;align=left;verticalAlign=top;spacingLeft=4;spacingRight=4;overflow=hidden;rotatable=0;points=[[0,0.5],[1,0.5]];portConstraint=eastwest;whiteSpace=wrap;html=1;" vertex="1" parent="78">
+                 <mxCell id="72" value="" style="rounded=0;whiteSpace=wrap;html=1;" parent="1" vertex="1">
+                     <mxGeometry x="790" y="930" width="780" height="190" as="geometry"/>
+                 </mxCell>
+                 <mxCell id="73" value="&lt;font style=&quot;font-size: 24px;&quot;&gt;Exceptions&lt;/font&gt;" style="rounded=0;whiteSpace=wrap;html=1;" parent="1" vertex="1">
+                     <mxGeometry x="790" y="890" width="160" height="40" as="geometry"/>
+                 </mxCell>
+                 <mxCell id="78" value="DomainException" style="swimlane;fontStyle=1;align=center;verticalAlign=top;childLayout=stackLayout;horizontal=1;startSize=26;horizontalStack=0;resizeParent=1;resizeParentMax=0;resizeLast=0;collapsible=1;marginBottom=0;whiteSpace=wrap;html=1;" parent="1" vertex="1">
+                     <mxGeometry x="810" y="972" width="330" height="120" as="geometry"/>
+                 </mxCell>
+                 <mxCell id="79" value="+ string?: ParamName" style="text;strokeColor=none;fillColor=none;align=left;verticalAlign=top;spacingLeft=4;spacingRight=4;overflow=hidden;rotatable=0;points=[[0,0.5],[1,0.5]];portConstraint=eastwest;whiteSpace=wrap;html=1;" parent="78" vertex="1">
                    <mxGeometry y="26" width="330" height="26" as="geometry"/>
                </mxCell>
-                 <mxCell id="80" value="" style="line;strokeWidth=1;fillColor=none;align=left;verticalAlign=middle;spacingTop=-1;spacingLeft=3;spacingRight=3;rotatable=0;labelPosition=right;points=[];portConstraint=eastwest;strokeColor=inherit;" vertex="1" parent="78">
+                 <mxCell id="80" value="" style="line;strokeWidth=1;fillColor=none;align=left;verticalAlign=middle;spacingTop=-1;spacingLeft=3;spacingRight=3;rotatable=0;labelPosition=right;points=[];portConstraint=eastwest;strokeColor=inherit;" parent="78" vertex="1">
                    <mxGeometry y="52" width="330" height="8" as="geometry"/>
                </mxCell>
-                 <mxCell id="81" value="+ DomainException(string: message)&lt;div&gt;+ DomainException(string: massage,&amp;nbsp; string: paramName)&lt;/div&gt;" style="text;strokeColor=none;fillColor=none;align=left;verticalAlign=top;spacingLeft=4;spacingRight=4;overflow=hidden;rotatable=0;points=[[0,0.5],[1,0.5]];portConstraint=eastwest;whiteSpace=wrap;html=1;" vertex="1" parent="78">
+                 <mxCell id="81" value="+ DomainException(string: message)&lt;div&gt;+ DomainException(string: massage,&amp;nbsp; string: paramName)&lt;/div&gt;" style="text;strokeColor=none;fillColor=none;align=left;verticalAlign=top;spacingLeft=4;spacingRight=4;overflow=hidden;rotatable=0;points=[[0,0.5],[1,0.5]];portConstraint=eastwest;whiteSpace=wrap;html=1;" parent="78" vertex="1">
                    <mxGeometry y="60" width="330" height="60" as="geometry"/>
                </mxCell>
-                 <mxCell id="82" value="InternalException" style="swimlane;fontStyle=1;align=center;verticalAlign=top;childLayout=stackLayout;horizontal=1;startSize=26;horizontalStack=0;resizeParent=1;resizeParentMax=0;resizeLast=0;collapsible=1;marginBottom=0;whiteSpace=wrap;html=1;" vertex="1" parent="1">
-                     <mxGeometry x="1160" y="1072" width="330" height="120" as="geometry"/>
-                 </mxCell>
-                 <mxCell id="83" value="+ string?: ParamName" style="text;strokeColor=none;fillColor=none;align=left;verticalAlign=top;spacingLeft=4;spacingRight=4;overflow=hidden;rotatable=0;points=[[0,0.5],[1,0.5]];portConstraint=eastwest;whiteSpace=wrap;html=1;" vertex="1" parent="82">
+                 <mxCell id="82" value="InternalException" style="swimlane;fontStyle=1;align=center;verticalAlign=top;childLayout=stackLayout;horizontal=1;startSize=26;horizontalStack=0;resizeParent=1;resizeParentMax=0;resizeLast=0;collapsible=1;marginBottom=0;whiteSpace=wrap;html=1;" parent="1" vertex="1">
+                     <mxGeometry x="1160" y="972" width="330" height="120" as="geometry"/>
+                 </mxCell>
+                 <mxCell id="83" value="+ string?: ParamName" style="text;strokeColor=none;fillColor=none;align=left;verticalAlign=top;spacingLeft=4;spacingRight=4;overflow=hidden;rotatable=0;points=[[0,0.5],[1,0.5]];portConstraint=eastwest;whiteSpace=wrap;html=1;" parent="82" vertex="1">
                    <mxGeometry y="26" width="330" height="26" as="geometry"/>
                </mxCell>
-                 <mxCell id="84" value="" style="line;strokeWidth=1;fillColor=none;align=left;verticalAlign=middle;spacingTop=-1;spacingLeft=3;spacingRight=3;rotatable=0;labelPosition=right;points=[];portConstraint=eastwest;strokeColor=inherit;" vertex="1" parent="82">
+                 <mxCell id="84" value="" style="line;strokeWidth=1;fillColor=none;align=left;verticalAlign=middle;spacingTop=-1;spacingLeft=3;spacingRight=3;rotatable=0;labelPosition=right;points=[];portConstraint=eastwest;strokeColor=inherit;" parent="82" vertex="1">
                    <mxGeometry y="52" width="330" height="8" as="geometry"/>
                </mxCell>
-                 <mxCell id="85" value="+ InternalException(string: message)&lt;div&gt;+ InternalException(string: massage,&amp;nbsp; string: paramName)&lt;/div&gt;" style="text;strokeColor=none;fillColor=none;align=left;verticalAlign=top;spacingLeft=4;spacingRight=4;overflow=hidden;rotatable=0;points=[[0,0.5],[1,0.5]];portConstraint=eastwest;whiteSpace=wrap;html=1;" vertex="1" parent="82">
+                 <mxCell id="85" value="+ InternalException(string: message)&lt;div&gt;+ InternalException(string: massage,&amp;nbsp; string: paramName)&lt;/div&gt;" style="text;strokeColor=none;fillColor=none;align=left;verticalAlign=top;spacingLeft=4;spacingRight=4;overflow=hidden;rotatable=0;points=[[0,0.5],[1,0.5]];portConstraint=eastwest;whiteSpace=wrap;html=1;" parent="82" vertex="1">
                    <mxGeometry y="60" width="330" height="60" as="geometry"/>
                </mxCell>
-                 <mxCell id="86" value="" style="rounded=0;whiteSpace=wrap;html=1;" vertex="1" parent="1">
-                     <mxGeometry x="790" y="1270" width="780" height="140" as="geometry"/>
-                 </mxCell>
-                 <mxCell id="87" value="&lt;font style=&quot;font-size: 24px;&quot;&gt;Adapters&lt;/font&gt;" style="rounded=0;whiteSpace=wrap;html=1;" vertex="1" parent="1">
-                     <mxGeometry x="790" y="1230" width="160" height="40" as="geometry"/>
-                 </mxCell>
-                 <mxCell id="96" value="&amp;lt;&amp;lt;interface&amp;gt;&amp;gt;&lt;div&gt;IConverter&lt;/div&gt;" style="swimlane;fontStyle=1;align=center;verticalAlign=top;childLayout=stackLayout;horizontal=1;startSize=40;horizontalStack=0;resizeParent=1;resizeParentMax=0;resizeLast=0;collapsible=1;marginBottom=0;whiteSpace=wrap;html=1;" vertex="1" parent="1">
-                     <mxGeometry x="890" y="1320" width="230" height="80" as="geometry"/>
-                 </mxCell>
-                 <mxCell id="97" value="" style="line;strokeWidth=1;fillColor=none;align=left;verticalAlign=middle;spacingTop=-1;spacingLeft=3;spacingRight=3;rotatable=0;labelPosition=right;points=[];portConstraint=eastwest;strokeColor=inherit;" vertex="1" parent="96">
+                 <mxCell id="86" value="" style="rounded=0;whiteSpace=wrap;html=1;" parent="1" vertex="1">
+                     <mxGeometry x="790" y="1170" width="780" height="140" as="geometry"/>
+                 </mxCell>
+                 <mxCell id="87" value="&lt;font style=&quot;font-size: 24px;&quot;&gt;Adapters&lt;/font&gt;" style="rounded=0;whiteSpace=wrap;html=1;" parent="1" vertex="1">
+                     <mxGeometry x="790" y="1130" width="160" height="40" as="geometry"/>
+                 </mxCell>
+                 <mxCell id="96" value="&amp;lt;&amp;lt;interface&amp;gt;&amp;gt;&lt;div&gt;IConverter&lt;/div&gt;" style="swimlane;fontStyle=1;align=center;verticalAlign=top;childLayout=stackLayout;horizontal=1;startSize=40;horizontalStack=0;resizeParent=1;resizeParentMax=0;resizeLast=0;collapsible=1;marginBottom=0;whiteSpace=wrap;html=1;" parent="1" vertex="1">
+                     <mxGeometry x="890" y="1220" width="230" height="80" as="geometry"/>
+                 </mxCell>
+                 <mxCell id="97" value="" style="line;strokeWidth=1;fillColor=none;align=left;verticalAlign=middle;spacingTop=-1;spacingLeft=3;spacingRight=3;rotatable=0;labelPosition=right;points=[];portConstraint=eastwest;strokeColor=inherit;" parent="96" vertex="1">
                    <mxGeometry y="40" width="230" height="8" as="geometry"/>
                </mxCell>
-                 <mxCell id="98" value="+TTarget Convert(TDomain domain)" style="text;strokeColor=none;fillColor=none;align=left;verticalAlign=top;spacingLeft=4;spacingRight=4;overflow=hidden;rotatable=0;points=[[0,0.5],[1,0.5]];portConstraint=eastwest;whiteSpace=wrap;html=1;" vertex="1" parent="96">
+                 <mxCell id="98" value="+TTarget Convert(TDomain domain)" style="text;strokeColor=none;fillColor=none;align=left;verticalAlign=top;spacingLeft=4;spacingRight=4;overflow=hidden;rotatable=0;points=[[0,0.5],[1,0.5]];portConstraint=eastwest;whiteSpace=wrap;html=1;" parent="96" vertex="1">
                    <mxGeometry y="48" width="230" height="32" as="geometry"/>
                </mxCell>
-                 <mxCell id="99" value="&amp;lt;&amp;lt;interface&amp;gt;&amp;gt;&lt;div&gt;IRestorer&lt;/div&gt;" style="swimlane;fontStyle=1;align=center;verticalAlign=top;childLayout=stackLayout;horizontal=1;startSize=40;horizontalStack=0;resizeParent=1;resizeParentMax=0;resizeLast=0;collapsible=1;marginBottom=0;whiteSpace=wrap;html=1;" vertex="1" parent="1">
-                     <mxGeometry x="1156" y="1320" width="230" height="74" as="geometry"/>
-                 </mxCell>
-                 <mxCell id="100" value="" style="line;strokeWidth=1;fillColor=none;align=left;verticalAlign=middle;spacingTop=-1;spacingLeft=3;spacingRight=3;rotatable=0;labelPosition=right;points=[];portConstraint=eastwest;strokeColor=inherit;" vertex="1" parent="99">
+                 <mxCell id="99" value="&amp;lt;&amp;lt;interface&amp;gt;&amp;gt;&lt;div&gt;IRestorer&lt;/div&gt;" style="swimlane;fontStyle=1;align=center;verticalAlign=top;childLayout=stackLayout;horizontal=1;startSize=40;horizontalStack=0;resizeParent=1;resizeParentMax=0;resizeLast=0;collapsible=1;marginBottom=0;whiteSpace=wrap;html=1;" parent="1" vertex="1">
+                     <mxGeometry x="1156" y="1220" width="230" height="74" as="geometry"/>
+                 </mxCell>
+                 <mxCell id="100" value="" style="line;strokeWidth=1;fillColor=none;align=left;verticalAlign=middle;spacingTop=-1;spacingLeft=3;spacingRight=3;rotatable=0;labelPosition=right;points=[];portConstraint=eastwest;strokeColor=inherit;" parent="99" vertex="1">
                    <mxGeometry y="40" width="230" height="8" as="geometry"/>
                </mxCell>
-                 <mxCell id="101" value="+TDomain Restore(TTarget target)" style="text;strokeColor=none;fillColor=none;align=left;verticalAlign=top;spacingLeft=4;spacingRight=4;overflow=hidden;rotatable=0;points=[[0,0.5],[1,0.5]];portConstraint=eastwest;whiteSpace=wrap;html=1;" vertex="1" parent="99">
+                 <mxCell id="101" value="+TDomain Restore(TTarget target)" style="text;strokeColor=none;fillColor=none;align=left;verticalAlign=top;spacingLeft=4;spacingRight=4;overflow=hidden;rotatable=0;points=[[0,0.5],[1,0.5]];portConstraint=eastwest;whiteSpace=wrap;html=1;" parent="99" vertex="1">
                    <mxGeometry y="48" width="230" height="26" as="geometry"/>
+                 </mxCell>
+                 <mxCell id="103" value="&lt;div&gt;&lt;span style=&quot;background-color: transparent;&quot;&gt;&amp;lt;&amp;lt; interface &amp;gt;&amp;gt;&lt;/span&gt;&lt;/div&gt;&lt;div&gt;&lt;span style=&quot;background-color: transparent;&quot;&gt;CustomerRepositoy&lt;/span&gt;&lt;/div&gt;" style="swimlane;fontStyle=1;align=center;verticalAlign=top;childLayout=stackLayout;horizontal=1;startSize=34;horizontalStack=0;resizeParent=1;resizeParentMax=0;resizeLast=0;collapsible=1;marginBottom=0;whiteSpace=wrap;html=1;" parent="1" vertex="1">
+                     <mxGeometry x="810" y="710" width="330" height="42" as="geometry"/>
+                 </mxCell>
+                 <mxCell id="104" value="" style="line;strokeWidth=1;fillColor=none;align=left;verticalAlign=middle;spacingTop=-1;spacingLeft=3;spacingRight=3;rotatable=0;labelPosition=right;points=[];portConstraint=eastwest;strokeColor=inherit;" parent="103" vertex="1">
+                     <mxGeometry y="34" width="330" height="8" as="geometry"/>
+                 </mxCell>
+                 <mxCell id="109" value="&lt;div&gt;&lt;div style=&quot;color: rgb(63, 63, 63); scrollbar-color: rgb(226, 226, 226) rgb(251, 251, 251);&quot;&gt;&lt;span style=&quot;color: rgb(63, 63, 63); scrollbar-color: rgb(226, 226, 226) rgb(251, 251, 251); background-color: transparent;&quot;&gt;&amp;lt;&amp;lt; interface &amp;gt;&amp;gt;&lt;/span&gt;&lt;/div&gt;&lt;/div&gt;PaymentMethodRepository" style="swimlane;fontStyle=1;align=center;verticalAlign=top;childLayout=stackLayout;horizontal=1;startSize=34;horizontalStack=0;resizeParent=1;resizeParentMax=0;resizeLast=0;collapsible=1;marginBottom=0;whiteSpace=wrap;html=1;" parent="1" vertex="1">
+                     <mxGeometry x="1170" y="760" width="330" height="42" as="geometry"/>
+                 </mxCell>
+                 <mxCell id="110" value="" style="line;strokeWidth=1;fillColor=none;align=left;verticalAlign=middle;spacingTop=-1;spacingLeft=3;spacingRight=3;rotatable=0;labelPosition=right;points=[];portConstraint=eastwest;strokeColor=inherit;" parent="109" vertex="1">
+                     <mxGeometry y="34" width="330" height="8" as="geometry"/>
+                 </mxCell>
+                 <mxCell id="112" value="&lt;div&gt;&lt;div style=&quot;color: rgb(63, 63, 63); scrollbar-color: rgb(226, 226, 226) rgb(251, 251, 251);&quot;&gt;&lt;span style=&quot;color: rgb(63, 63, 63); scrollbar-color: rgb(226, 226, 226) rgb(251, 251, 251); background-color: transparent;&quot;&gt;&amp;lt;&amp;lt; interface &amp;gt;&amp;gt;&lt;/span&gt;&lt;/div&gt;&lt;/div&gt;ProductRepository" style="swimlane;fontStyle=1;align=center;verticalAlign=top;childLayout=stackLayout;horizontal=1;startSize=34;horizontalStack=0;resizeParent=1;resizeParentMax=0;resizeLast=0;collapsible=1;marginBottom=0;whiteSpace=wrap;html=1;" parent="1" vertex="1">
+                     <mxGeometry x="810" y="810" width="330" height="42" as="geometry"/>
+                 </mxCell>
+                 <mxCell id="113" value="" style="line;strokeWidth=1;fillColor=none;align=left;verticalAlign=middle;spacingTop=-1;spacingLeft=3;spacingRight=3;rotatable=0;labelPosition=right;points=[];portConstraint=eastwest;strokeColor=inherit;" parent="112" vertex="1">
+                     <mxGeometry y="34" width="330" height="8" as="geometry"/>
+                 </mxCell>
+                 <mxCell id="115" value="&lt;div&gt;&lt;div style=&quot;color: rgb(63, 63, 63); scrollbar-color: rgb(226, 226, 226) rgb(251, 251, 251);&quot;&gt;&lt;span style=&quot;color: rgb(63, 63, 63); scrollbar-color: rgb(226, 226, 226) rgb(251, 251, 251); background-color: transparent;&quot;&gt;&amp;lt;&amp;lt; interface &amp;gt;&amp;gt;&lt;/span&gt;&lt;/div&gt;&lt;/div&gt;OrdersRepository" style="swimlane;fontStyle=1;align=center;verticalAlign=top;childLayout=stackLayout;horizontal=1;startSize=34;horizontalStack=0;resizeParent=1;resizeParentMax=0;resizeLast=0;collapsible=1;marginBottom=0;whiteSpace=wrap;html=1;" parent="1" vertex="1">
+                     <mxGeometry x="1170" y="710" width="330" height="42" as="geometry"/>
+                 </mxCell>
+                 <mxCell id="116" value="" style="line;strokeWidth=1;fillColor=none;align=left;verticalAlign=middle;spacingTop=-1;spacingLeft=3;spacingRight=3;rotatable=0;labelPosition=right;points=[];portConstraint=eastwest;strokeColor=inherit;" parent="115" vertex="1">
+                     <mxGeometry y="34" width="330" height="8" as="geometry"/>
+                 </mxCell>
+                 <mxCell id="120" value="&lt;div&gt;&lt;div style=&quot;color: rgb(63, 63, 63); scrollbar-color: rgb(226, 226, 226) rgb(251, 251, 251);&quot;&gt;&lt;span style=&quot;color: rgb(63, 63, 63); scrollbar-color: rgb(226, 226, 226) rgb(251, 251, 251); background-color: transparent;&quot;&gt;&amp;lt;&amp;lt; interface &amp;gt;&amp;gt;&lt;/span&gt;&lt;/div&gt;&lt;/div&gt;OrderDetailRepository" style="swimlane;fontStyle=1;align=center;verticalAlign=top;childLayout=stackLayout;horizontal=1;startSize=34;horizontalStack=0;resizeParent=1;resizeParentMax=0;resizeLast=0;collapsible=1;marginBottom=0;whiteSpace=wrap;html=1;" parent="1" vertex="1">
+                     <mxGeometry x="810" y="760" width="330" height="42" as="geometry"/>
+                 </mxCell>
+                 <mxCell id="121" value="" style="line;strokeWidth=1;fillColor=none;align=left;verticalAlign=middle;spacingTop=-1;spacingLeft=3;spacingRight=3;rotatable=0;labelPosition=right;points=[];portConstraint=eastwest;strokeColor=inherit;" parent="120" vertex="1">
+                     <mxGeometry y="34" width="330" height="8" as="geometry"/>
+                 </mxCell>
+                 <mxCell id="125" value="&lt;font style=&quot;font-size: 36px;&quot;&gt;Domains&lt;/font&gt;" style="text;html=1;align=center;verticalAlign=middle;whiteSpace=wrap;rounded=0;fontStyle=1" parent="1" vertex="1">
+                     <mxGeometry x="590" y="580" width="330" height="30" as="geometry"/>
                </mxCell>
            </root>
        </mxGraphModel>
    </diagram>
</mxfile>